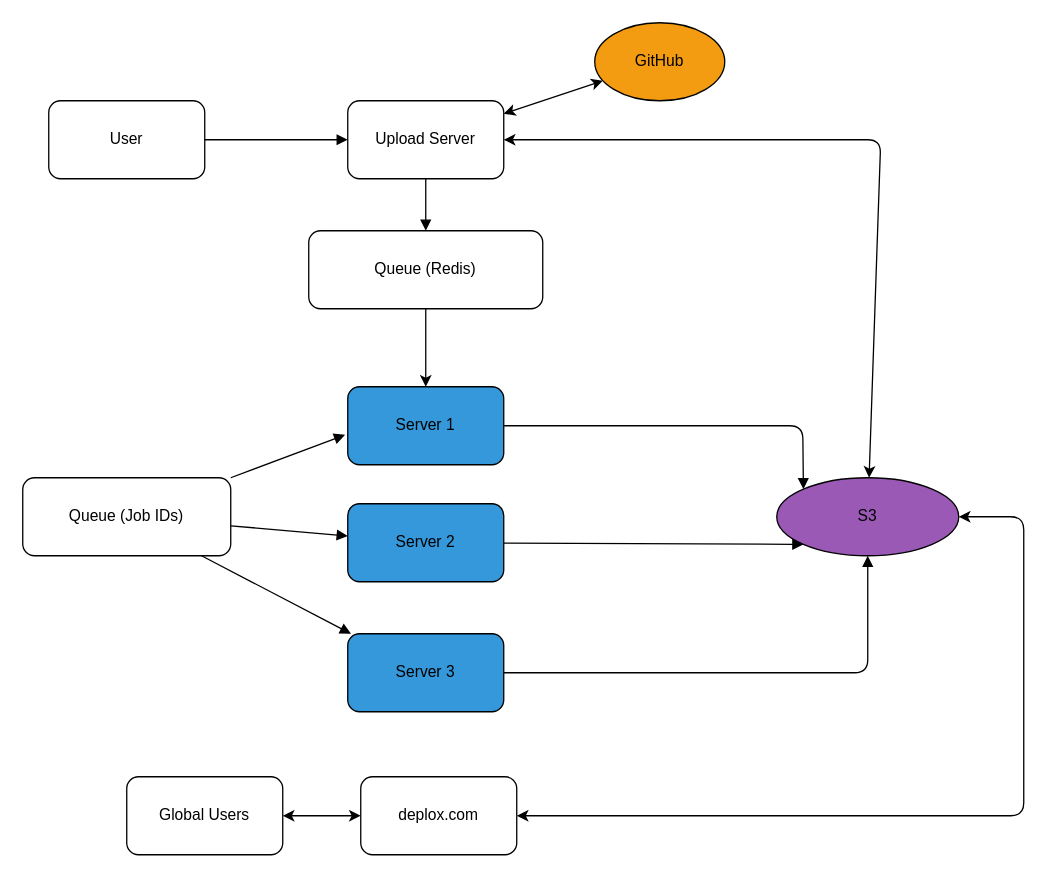
Above: Deplox.drawio in omkarjoshi9/DeploX (draw.io), before the change. Source tidied: cells renumbered, new cells numbered last; positions are measured from the earlier drawing's top-left corner, leaving out a move shared by most shapes. Both pictures are drawn from the tidied source at 130%, with x=0, y=0 at pixel (22, 22).
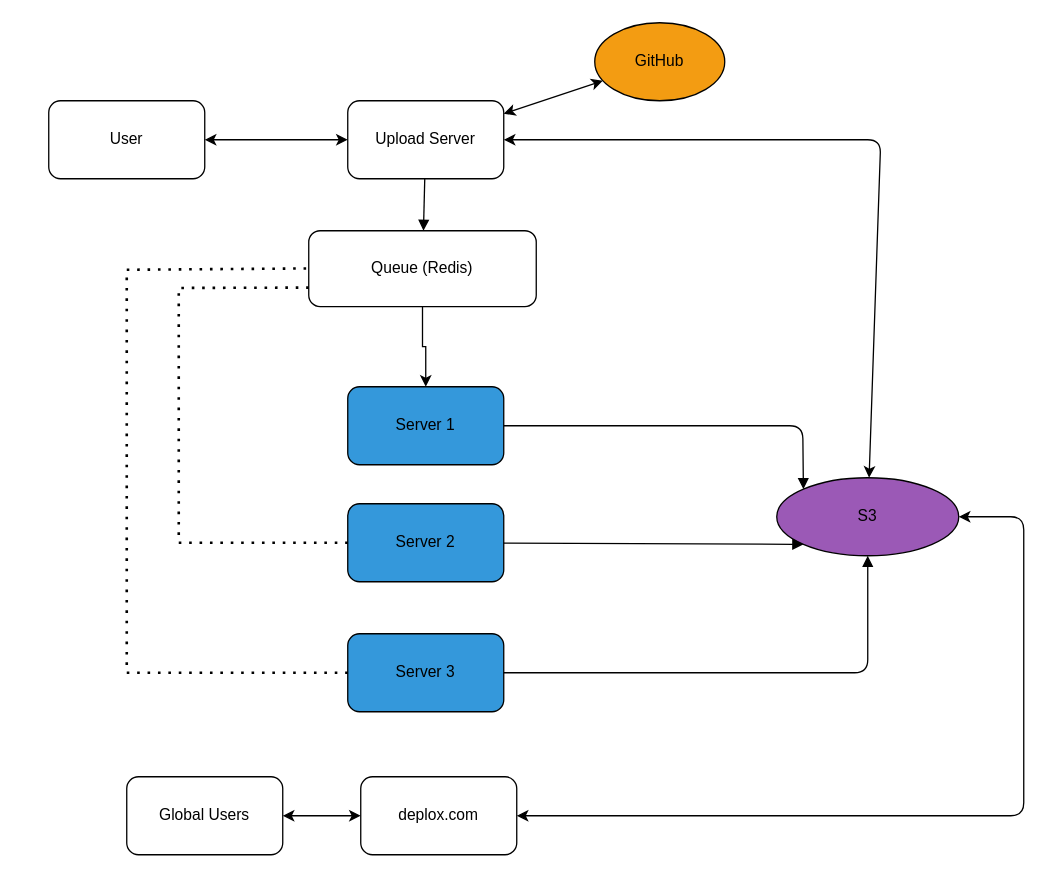
After the change.

Commit message (it also covers changes not shown here):
changed system design

Unchanged cells that the change refers to:
```xml
<mxCell id="2" value="User" style="rounded=1;whiteSpace=wrap;html=1;" parent="1" vertex="1">
  <mxGeometry x="20" y="60" width="120" height="60" as="geometry" />
</mxCell>
<mxCell id="3" value="Upload Server" style="rounded=1;whiteSpace=wrap;html=1;" parent="1" vertex="1">
  <mxGeometry x="250" y="60" width="120" height="60" as="geometry" />
</mxCell>
<mxCell id="13" value="Server 1" style="rounded=1;whiteSpace=wrap;html=1;fillColor=#3498db;" parent="1" vertex="1">
  <mxGeometry x="250" y="280" width="120" height="60" as="geometry" />
</mxCell>
<mxCell id="14" value="Server 2" style="rounded=1;whiteSpace=wrap;html=1;fillColor=#3498db;" parent="1" vertex="1">
  <mxGeometry x="250" y="370" width="120" height="60" as="geometry" />
</mxCell>
<mxCell id="15" value="Server 3" style="rounded=1;whiteSpace=wrap;html=1;fillColor=#3498db;" parent="1" vertex="1">
  <mxGeometry x="250" y="470" width="120" height="60" as="geometry" />
</mxCell>
```

The edit, as a diff of the source:
```diff
@@
     <mxCell id="7" value="Queue (Redis)" style="shape=label;whiteSpace=wrap;html=1;fillStyle=solid;rounded=1;" parent="1" vertex="1">
-      <mxGeometry x="220" y="160" width="180" height="60" as="geometry" />
+      <mxGeometry x="220" y="160" width="175" height="58.3" as="geometry" />
     </mxCell>
-    <mxCell id="8" style="endArrow=block;" parent="1" edge="1" source="2" target="3">
+    <mxCell id="8" style="endArrow=classic;startArrow=classic;html=1;" parent="1" edge="1" source="2" target="3">
       <mxGeometry relative="1" as="geometry" />
     </mxCell>
@@
-    <mxCell id="12" value="Queue (Job IDs)" style="shape=label;whiteSpace=wrap;html=1;rounded=1;" parent="1" vertex="1">
-      <mxGeometry y="350" width="160" height="60" as="geometry" />
-    </mxCell>
@@
-    <mxCell id="16" style="endArrow=block;entryX=-0.017;entryY=0.617;entryDx=0;entryDy=0;entryPerimeter=0;" parent="1" edge="1" source="12" target="13">
-      <mxGeometry relative="1" as="geometry" />
-    </mxCell>
-    <mxCell id="17" style="endArrow=block;" parent="1" edge="1" source="12" target="14">
-      <mxGeometry relative="1" as="geometry" />
-    </mxCell>
-    <mxCell id="18" style="endArrow=block;" parent="1" edge="1" source="12" target="15">
-      <mxGeometry relative="1" as="geometry" />
-    </mxCell>
@@
+    <mxCell id="26" style="endArrow=none;dashed=1;html=1;dashPattern=1 3;strokeWidth=2;rounded=0;exitX=0;exitY=0.5;exitDx=0;exitDy=0;" parent="1" edge="1" source="15">
+      <mxGeometry relative="1" as="geometry">
+        <mxPoint x="220" y="189" as="targetPoint" />
+        <Array as="points">
+          <mxPoint x="80" y="500" />
+          <mxPoint x="80" y="190" />
+        </Array>
+      </mxGeometry>
+    </mxCell>
+    <mxCell id="27" style="endArrow=none;dashed=1;html=1;dashPattern=1 3;strokeWidth=2;rounded=0;entryX=0;entryY=0.75;entryDx=0;entryDy=0;exitX=0;exitY=0.5;exitDx=0;exitDy=0;" parent="1" edge="1" source="14" target="7">
+      <mxGeometry relative="1" as="geometry">
+        <Array as="points">
+          <mxPoint x="120" y="400" />
+          <mxPoint x="120" y="204" />
+        </Array>
+      </mxGeometry>
+    </mxCell>
```
